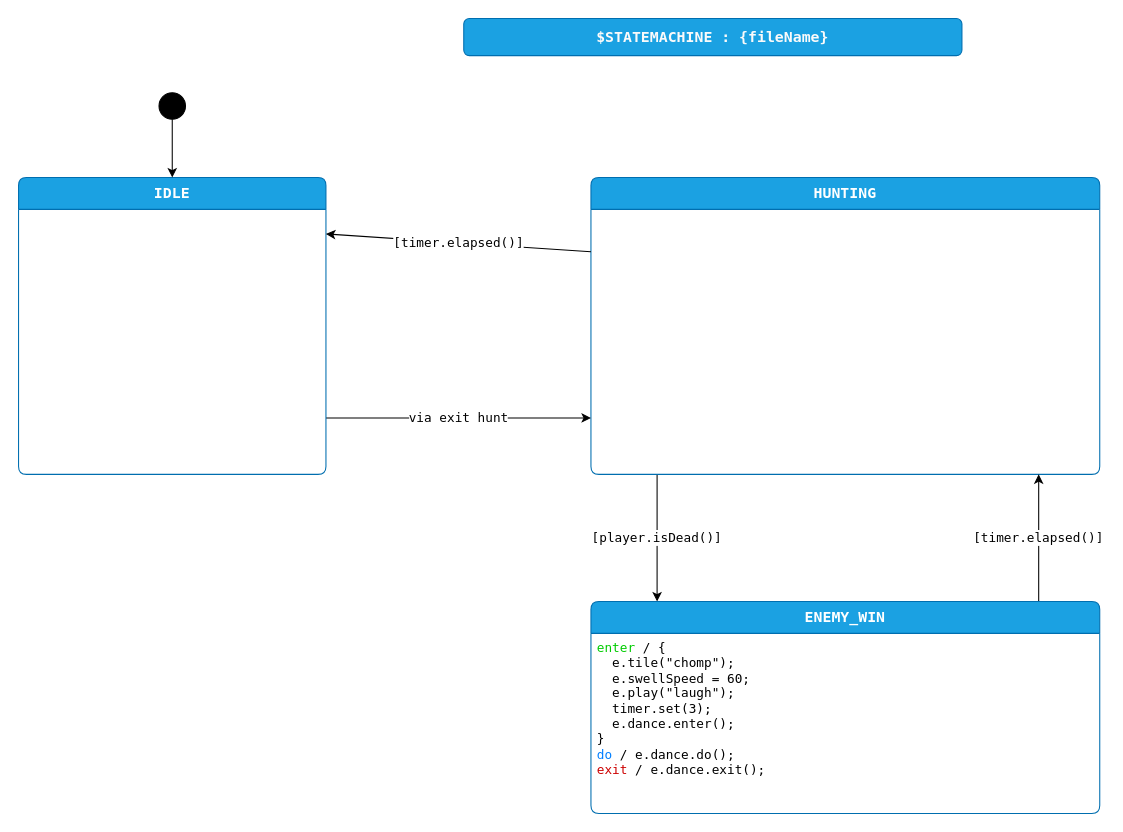
The draw.io diagram page "design" (1 of 3) of enemy3/Enemy3Sm.drawio in adamfk/game-fsm-examples, before the edit. Source tidied: cells renumbered, new cells numbered last; positions are measured from the earlier drawing's top-left corner, leaving out a move shared by most shapes. Both pictures are drawn from the tidied source at 106%, with x=0, y=0 at pixel (18, 18).
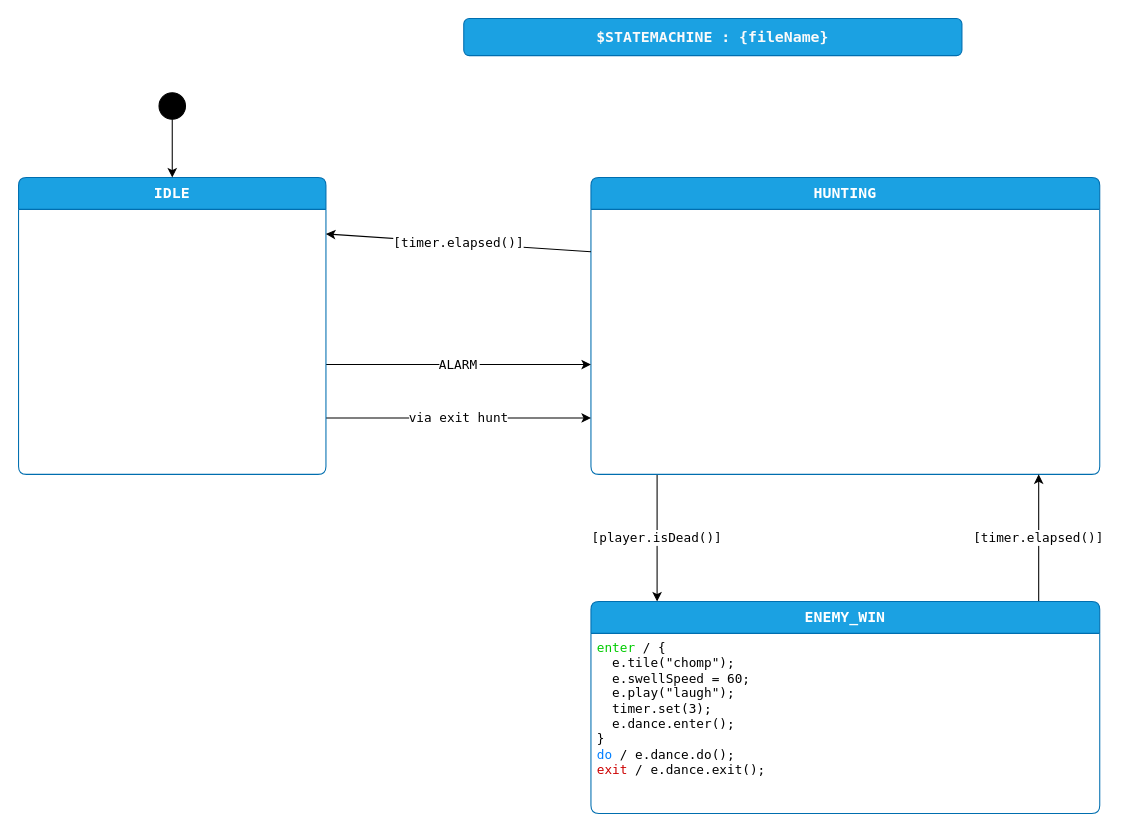
The same diagram, later.

Diff of the diagram source:
```diff
@@
 <mxGraphModel>
   <root>
     <mxCell id="0" />
     <mxCell id="1" parent="0" />
     <mxCell id="2" value="&lt;span style=&quot;color: rgb(250, 250, 250); font-family: &amp;quot;Lucida Console&amp;quot;; font-size: 14px; font-weight: 700; text-wrap: nowrap;&quot;&gt;$STATEMACHINE : {fileName}&lt;/span&gt;" style="rounded=1;whiteSpace=wrap;html=1;fillColor=#1ba1e2;fontColor=#ffffff;strokeColor=#006EAF;" parent="1" vertex="1">
       <mxGeometry x="420" width="470" height="35" as="geometry" />
     </mxCell>
     <mxCell id="3" value="[player.isDead()]" style="shape=connector;rounded=0;html=1;exitX=0.13;exitY=1;exitDx=0;exitDy=0;exitPerimeter=0;entryX=0.13;entryY=0;entryDx=0;entryDy=0;entryPerimeter=0;labelBackgroundColor=default;strokeColor=default;fontFamily=Lucida Console;fontSize=12;fontColor=default;endArrow=classic;" parent="1" edge="1" source="4" target="6">
       <mxGeometry relative="1" as="geometry" />
     </mxCell>
     <mxCell id="4" value="HUNTING" style="shape=swimlane;align=center;verticalAlign=top;fontFamily=Lucida Console;startSize=30;fontSize=14;fontStyle=1;fontColor=#ffffff;fillColor=#1ba1e2;swimlaneFillColor=default;rounded=1;arcSize=15;absoluteArcSize=1;points=[[0,0,0,0,0],[0,0.06,0,0,0],[0,0.13,0,0,0],[0,0.19,0,0,0],[0,0.25,0,0,0],[0,0.31,0,0,0],[0,0.38,0,0,0],[0,0.44,0,0,0],[0,0.5,0,0,0],[0,0.56,0,0,0],[0,0.63,0,0,0],[0,0.69,0,0,0],[0,0.75,0,0,0],[0,0.81,0,0,0],[0,0.88,0,0,0],[0,0.94,0,0,0],[0,1,0,0,0],[0.06,0,0,0,0],[0.06,1,0,0,0],[0.13,0,0,0,0],[0.13,1,0,0,0],[0.19,0,0,0,0],[0.19,1,0,0,0],[0.25,0,0,0,0],[0.25,1,0,0,0],[0.31,0,0,0,0],[0.31,1,0,0,0],[0.38,0,0,0,0],[0.38,1,0,0,0],[0.44,0,0,0,0],[0.44,1,0,0,0],[0.5,0,0,0,0],[0.5,1,0,0,0],[0.56,0,0,0,0],[0.56,1,0,0,0],[0.63,0,0,0,0],[0.63,1,0,0,0],[0.69,0,0,0,0],[0.69,1,0,0,0],[0.75,0,0,0,0],[0.75,1,0,0,0],[0.81,0,0,0,0],[0.81,1,0,0,0],[0.88,0,0,0,0],[0.88,1,0,0,0],[0.94,0,0,0,0],[0.94,1,0,0,0],[1,0,0,0,0],[1,0.06,0,0,0],[1,0.13,0,0,0],[1,0.19,0,0,0],[1,0.25,0,0,0],[1,0.31,0,0,0],[1,0.38,0,0,0],[1,0.44,0,0,0],[1,0.5,0,0,0],[1,0.56,0,0,0],[1,0.63,0,0,0],[1,0.69,0,0,0],[1,0.75,0,0,0],[1,0.81,0,0,0],[1,0.88,0,0,0],[1,0.94,0,0,0],[1,1,0,0,0]];strokeColor=#006EAF;labelBackgroundColor=none;" parent="1" vertex="1" collapsed="1">
       <mxGeometry x="540" y="150" width="480" height="280" as="geometry" />
     </mxCell>
     <mxCell id="5" value="[timer.elapsed()]" style="shape=connector;rounded=0;html=1;exitX=0.88;exitY=0;exitDx=0;exitDy=0;exitPerimeter=0;entryX=0.88;entryY=1;entryDx=0;entryDy=0;entryPerimeter=0;labelBackgroundColor=default;strokeColor=default;fontFamily=Lucida Console;fontSize=12;fontColor=default;endArrow=classic;" parent="1" edge="1" source="6" target="4">
       <mxGeometry relative="1" as="geometry" />
     </mxCell>
     <mxCell id="6" value="ENEMY_WIN" style="shape=swimlane;align=center;verticalAlign=top;fontFamily=Lucida Console;startSize=30;fontSize=14;fontStyle=1;fontColor=#ffffff;fillColor=#1ba1e2;swimlaneFillColor=default;rounded=1;arcSize=15;absoluteArcSize=1;points=[[0,0,0,0,0],[0,0.06,0,0,0],[0,0.13,0,0,0],[0,0.19,0,0,0],[0,0.25,0,0,0],[0,0.31,0,0,0],[0,0.38,0,0,0],[0,0.44,0,0,0],[0,0.5,0,0,0],[0,0.56,0,0,0],[0,0.63,0,0,0],[0,0.69,0,0,0],[0,0.75,0,0,0],[0,0.81,0,0,0],[0,0.88,0,0,0],[0,0.94,0,0,0],[0,1,0,0,0],[0.06,0,0,0,0],[0.06,1,0,0,0],[0.13,0,0,0,0],[0.13,1,0,0,0],[0.19,0,0,0,0],[0.19,1,0,0,0],[0.25,0,0,0,0],[0.25,1,0,0,0],[0.31,0,0,0,0],[0.31,1,0,0,0],[0.38,0,0,0,0],[0.38,1,0,0,0],[0.44,0,0,0,0],[0.44,1,0,0,0],[0.5,0,0,0,0],[0.5,1,0,0,0],[0.56,0,0,0,0],[0.56,1,0,0,0],[0.63,0,0,0,0],[0.63,1,0,0,0],[0.69,0,0,0,0],[0.69,1,0,0,0],[0.75,0,0,0,0],[0.75,1,0,0,0],[0.81,0,0,0,0],[0.81,1,0,0,0],[0.88,0,0,0,0],[0.88,1,0,0,0],[0.94,0,0,0,0],[0.94,1,0,0,0],[1,0,0,0,0],[1,0.06,0,0,0],[1,0.13,0,0,0],[1,0.19,0,0,0],[1,0.25,0,0,0],[1,0.31,0,0,0],[1,0.38,0,0,0],[1,0.44,0,0,0],[1,0.5,0,0,0],[1,0.56,0,0,0],[1,0.63,0,0,0],[1,0.69,0,0,0],[1,0.75,0,0,0],[1,0.81,0,0,0],[1,0.88,0,0,0],[1,0.94,0,0,0],[1,1,0,0,0]];strokeColor=#006EAF;labelBackgroundColor=none;" parent="1" vertex="1">
       <mxGeometry x="540" y="550" width="480" height="200" as="geometry" />
     </mxCell>
     <mxCell id="7" value="&lt;font color=&quot;#00cc00&quot;&gt;enter&lt;/font&gt; / {&lt;br&gt;&amp;nbsp; e.tile(&quot;chomp&quot;);&lt;br&gt;&amp;nbsp; e.swellSpeed = 60;&lt;br&gt;&amp;nbsp; e.play(&quot;laugh&quot;);&lt;br&gt;&amp;nbsp; timer.set(3);&lt;br&gt;&amp;nbsp; e.dance.enter();&lt;br&gt;&lt;div&gt;}&lt;/div&gt;&lt;div&gt;&lt;font color=&quot;#007fff&quot;&gt;do&lt;/font&gt; / e.dance.do();&lt;br&gt;&lt;div&gt;&lt;font color=&quot;#cc0000&quot;&gt;exit&lt;/font&gt;&amp;nbsp;/ e.dance.exit();&lt;br&gt;&lt;/div&gt;&lt;/div&gt;" style="fontFamily=Lucida Console;align=left;verticalAlign=top;fillColor=none;gradientColor=none;strokeColor=none;rounded=0;spacingLeft=4;html=1;fontSize=12;fontColor=default;labelBackgroundColor=default;" parent="6" vertex="1">
       <mxGeometry y="30" width="180" height="140" as="geometry" />
     </mxCell>
     <mxCell id="8" value="via exit hunt" style="edgeStyle=none;html=1;exitX=1;exitY=0.81;exitDx=0;exitDy=0;exitPerimeter=0;entryX=0;entryY=0.81;entryDx=0;entryDy=0;entryPerimeter=0;fontSize=12;fontFamily=Lucida Console;" parent="1" edge="1" source="9" target="4">
       <mxGeometry relative="1" as="geometry" />
     </mxCell>
+    <mxCell id="13" value="ALARM" style="edgeStyle=none;html=0;exitX=1;exitY=0.63;exitDx=0;exitDy=0;exitPerimeter=0;entryX=0;entryY=0.63;entryDx=0;entryDy=0;entryPerimeter=0;fontFamily=Lucida Console;fontSize=12;" parent="1" edge="1" source="9" target="4">
+      <mxGeometry relative="1" as="geometry" />
+    </mxCell>
     <mxCell id="9" value="IDLE" style="shape=swimlane;align=center;verticalAlign=top;fontFamily=Lucida Console;startSize=30;fontSize=14;fontStyle=1;fontColor=#ffffff;fillColor=#1ba1e2;swimlaneFillColor=default;rounded=1;arcSize=15;absoluteArcSize=1;points=[[0,0,0,0,0],[0,0.06,0,0,0],[0,0.13,0,0,0],[0,0.19,0,0,0],[0,0.25,0,0,0],[0,0.31,0,0,0],[0,0.38,0,0,0],[0,0.44,0,0,0],[0,0.5,0,0,0],[0,0.56,0,0,0],[0,0.63,0,0,0],[0,0.69,0,0,0],[0,0.75,0,0,0],[0,0.81,0,0,0],[0,0.88,0,0,0],[0,0.94,0,0,0],[0,1,0,0,0],[0.06,0,0,0,0],[0.06,1,0,0,0],[0.13,0,0,0,0],[0.13,1,0,0,0],[0.19,0,0,0,0],[0.19,1,0,0,0],[0.25,0,0,0,0],[0.25,1,0,0,0],[0.31,0,0,0,0],[0.31,1,0,0,0],[0.38,0,0,0,0],[0.38,1,0,0,0],[0.44,0,0,0,0],[0.44,1,0,0,0],[0.5,0,0,0,0],[0.5,1,0,0,0],[0.56,0,0,0,0],[0.56,1,0,0,0],[0.63,0,0,0,0],[0.63,1,0,0,0],[0.69,0,0,0,0],[0.69,1,0,0,0],[0.75,0,0,0,0],[0.75,1,0,0,0],[0.81,0,0,0,0],[0.81,1,0,0,0],[0.88,0,0,0,0],[0.88,1,0,0,0],[0.94,0,0,0,0],[0.94,1,0,0,0],[1,0,0,0,0],[1,0.06,0,0,0],[1,0.13,0,0,0],[1,0.19,0,0,0],[1,0.25,0,0,0],[1,0.31,0,0,0],[1,0.38,0,0,0],[1,0.44,0,0,0],[1,0.5,0,0,0],[1,0.56,0,0,0],[1,0.63,0,0,0],[1,0.69,0,0,0],[1,0.75,0,0,0],[1,0.81,0,0,0],[1,0.88,0,0,0],[1,0.94,0,0,0],[1,1,0,0,0]];strokeColor=#006EAF;labelBackgroundColor=none;" parent="1" vertex="1" collapsed="1">
       <mxGeometry y="150" width="290" height="280" as="geometry" />
     </mxCell>
     <mxCell id="10" value="&lt;span style=&quot;font-family: &amp;quot;Lucida Console&amp;quot;; font-size: 12px;&quot;&gt;[timer.elapsed()]&lt;/span&gt;" style="edgeStyle=none;html=1;exitX=0;exitY=0.25;exitDx=0;exitDy=0;exitPerimeter=0;entryX=1;entryY=0.19;entryDx=0;entryDy=0;entryPerimeter=0;" parent="1" edge="1" source="4" target="9">
       <mxGeometry relative="1" as="geometry" />
     </mxCell>
     <mxCell id="11" style="edgeStyle=none;html=1;" parent="1" edge="1" source="12" target="9">
       <mxGeometry relative="1" as="geometry" />
     </mxCell>
     <mxCell id="12" value="$initial_state" style="shape=ellipse;fillColor=#000000;noLabel=1;" parent="1" vertex="1">
       <mxGeometry x="132.5" y="70" width="25" height="25" as="geometry" />
     </mxCell>
   </root>
 </mxGraphModel>
```
